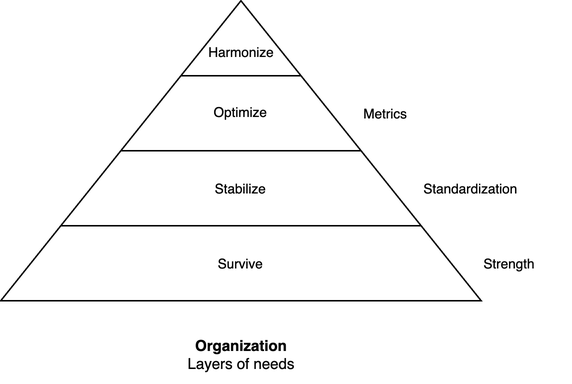
Earlier version of the draw.io export img/organiational-desire.png (voschezang/coding-handbook). Source tidied: cells renumbered, new cells last; positions are measured from the earlier drawing's top-left corner, leaving out a move shared by most shapes. Its diagram source:
```xml
<mxGraphModel>
  <root>
    <mxCell id="0" />
    <mxCell id="1" parent="0" />
    <mxCell id="2" value="&lt;span style=&quot;text-wrap: nowrap;&quot;&gt;&lt;font style=&quot;font-size: 9px;&quot;&gt;Stabilize&lt;/font&gt;&lt;/span&gt;" style="shape=trapezoid;perimeter=trapezoidPerimeter;whiteSpace=wrap;html=1;fixedSize=1;size=40;" parent="1" vertex="1">
      <mxGeometry x="40" y="100" width="240" height="50" as="geometry" />
    </mxCell>
    <mxCell id="3" value="&lt;div style=&quot;font-size: 9px;&quot;&gt;&lt;span style=&quot;text-wrap: nowrap;&quot;&gt;Optimize&lt;/span&gt;&lt;/div&gt;" style="shape=trapezoid;perimeter=trapezoidPerimeter;whiteSpace=wrap;html=1;fixedSize=1;size=40;" parent="1" vertex="1">
      <mxGeometry x="80" y="50" width="160" height="50" as="geometry" />
    </mxCell>
    <mxCell id="4" style="shape=trapezoid;perimeter=trapezoidPerimeter;whiteSpace=wrap;html=1;fixedSize=1;size=40;" parent="1" vertex="1">
      <mxGeometry x="120" width="80" height="50" as="geometry" />
    </mxCell>
    <mxCell id="5" value="&lt;font style=&quot;font-size: 9px;&quot;&gt;Harmonize&lt;/font&gt;" style="text;html=1;align=center;verticalAlign=middle;strokeColor=none;fillColor=none;" parent="1" vertex="1">
      <mxGeometry x="125" y="19" width="70" height="30" as="geometry" />
    </mxCell>
    <mxCell id="6" value="&lt;div style=&quot;font-size: 10px;&quot;&gt;&lt;b style=&quot;font-size: 10px;&quot;&gt;Organization&lt;/b&gt;&lt;/div&gt;Layers of needs" style="text;html=1;align=center;verticalAlign=middle;strokeColor=none;fillColor=none;fontSize=10;" parent="1" vertex="1">
      <mxGeometry x="115" y="215" width="90" height="40" as="geometry" />
    </mxCell>
    <mxCell id="7" value="&lt;span style=&quot;text-wrap: nowrap;&quot;&gt;&lt;font style=&quot;font-size: 9px;&quot;&gt;Survive&lt;/font&gt;&lt;/span&gt;" style="shape=trapezoid;perimeter=trapezoidPerimeter;whiteSpace=wrap;html=1;fixedSize=1;size=40;" parent="1" vertex="1">
      <mxGeometry y="150" width="320" height="50" as="geometry" />
    </mxCell>
    <mxCell id="8" value="&lt;font style=&quot;font-size: 9px;&quot;&gt;Metrics&lt;/font&gt;" style="text;html=1;align=left;verticalAlign=middle;strokeColor=none;fillColor=none;" parent="1" vertex="1">
      <mxGeometry x="240" y="60" width="50" height="30" as="geometry" />
    </mxCell>
    <mxCell id="9" value="&lt;font style=&quot;font-size: 9px;&quot;&gt;Standardization&lt;/font&gt;" style="text;html=1;align=left;verticalAlign=middle;strokeColor=none;fillColor=none;" parent="1" vertex="1">
      <mxGeometry x="280" y="110" width="90" height="30" as="geometry" />
    </mxCell>
    <mxCell id="10" value="&lt;font style=&quot;font-size: 9px;&quot;&gt;Strength&lt;/font&gt;" style="text;html=1;align=left;verticalAlign=middle;strokeColor=none;fillColor=none;" parent="1" vertex="1">
      <mxGeometry x="320" y="160" width="60" height="30" as="geometry" />
    </mxCell>
  </root>
</mxGraphModel>
```
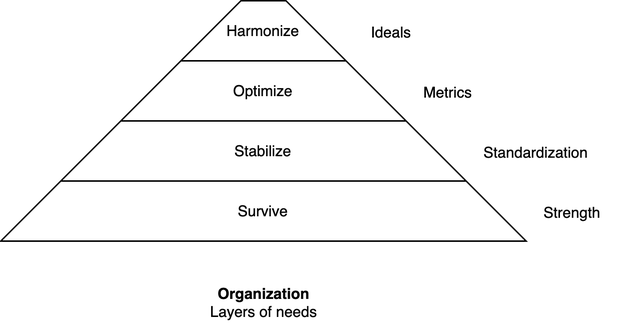
Above is the later version.

What changed in the source:
```diff
@@ -2,32 +2,32 @@
   <root>
     <mxCell id="0" />
     <mxCell id="1" parent="0" />
-    <mxCell id="2" value="&lt;span style=&quot;text-wrap: nowrap;&quot;&gt;&lt;font style=&quot;font-size: 9px;&quot;&gt;Stabilize&lt;/font&gt;&lt;/span&gt;" style="shape=trapezoid;perimeter=trapezoidPerimeter;whiteSpace=wrap;html=1;fixedSize=1;size=40;" parent="1" vertex="1">
-      <mxGeometry x="40" y="100" width="240" height="50" as="geometry" />
+    <mxCell id="2" value="&lt;span style=&quot;text-wrap: nowrap;&quot;&gt;&lt;font style=&quot;font-size: 10px;&quot;&gt;Stabilize&lt;/font&gt;&lt;/span&gt;" style="shape=trapezoid;perimeter=trapezoidPerimeter;whiteSpace=wrap;html=1;fixedSize=1;size=40;" parent="1" vertex="1">
+      <mxGeometry x="10" y="90" width="270" height="40" as="geometry" />
     </mxCell>
-    <mxCell id="3" value="&lt;div style=&quot;font-size: 9px;&quot;&gt;&lt;span style=&quot;text-wrap: nowrap;&quot;&gt;Optimize&lt;/span&gt;&lt;/div&gt;" style="shape=trapezoid;perimeter=trapezoidPerimeter;whiteSpace=wrap;html=1;fixedSize=1;size=40;" parent="1" vertex="1">
-      <mxGeometry x="80" y="50" width="160" height="50" as="geometry" />
+    <mxCell id="3" value="&lt;div style=&quot;&quot;&gt;&lt;span style=&quot;text-wrap: nowrap;&quot;&gt;&lt;font style=&quot;font-size: 10px;&quot;&gt;Optimize&lt;/font&gt;&lt;/span&gt;&lt;/div&gt;" style="shape=trapezoid;perimeter=trapezoidPerimeter;whiteSpace=wrap;html=1;fixedSize=1;size=40;" parent="1" vertex="1">
+      <mxGeometry x="50" y="50" width="190" height="40" as="geometry" />
     </mxCell>
-    <mxCell id="4" style="shape=trapezoid;perimeter=trapezoidPerimeter;whiteSpace=wrap;html=1;fixedSize=1;size=40;" parent="1" vertex="1">
-      <mxGeometry x="120" width="80" height="50" as="geometry" />
+    <mxCell id="4" value="&lt;font style=&quot;font-size: 10px;&quot;&gt;Harmonize&lt;/font&gt;" style="shape=trapezoid;perimeter=trapezoidPerimeter;whiteSpace=wrap;html=1;fixedSize=1;size=40;" parent="1" vertex="1">
+      <mxGeometry x="90" y="10" width="110" height="40" as="geometry" />
     </mxCell>
-    <mxCell id="5" value="&lt;font style=&quot;font-size: 9px;&quot;&gt;Harmonize&lt;/font&gt;" style="text;html=1;align=center;verticalAlign=middle;strokeColor=none;fillColor=none;" parent="1" vertex="1">
-      <mxGeometry x="125" y="19" width="70" height="30" as="geometry" />
+    <mxCell id="5" value="&lt;div style=&quot;font-size: 10px;&quot;&gt;&lt;b style=&quot;font-size: 10px;&quot;&gt;Organization&lt;/b&gt;&lt;/div&gt;Layers of needs" style="text;html=1;align=center;verticalAlign=middle;strokeColor=none;fillColor=none;fontSize=10;" parent="1" vertex="1">
+      <mxGeometry x="100" y="190" width="90" height="40" as="geometry" />
     </mxCell>
-    <mxCell id="6" value="&lt;div style=&quot;font-size: 10px;&quot;&gt;&lt;b style=&quot;font-size: 10px;&quot;&gt;Organization&lt;/b&gt;&lt;/div&gt;Layers of needs" style="text;html=1;align=center;verticalAlign=middle;strokeColor=none;fillColor=none;fontSize=10;" parent="1" vertex="1">
-      <mxGeometry x="115" y="215" width="90" height="40" as="geometry" />
+    <mxCell id="6" value="&lt;span style=&quot;text-wrap: nowrap;&quot;&gt;&lt;font style=&quot;font-size: 10px;&quot;&gt;Survive&lt;/font&gt;&lt;/span&gt;" style="shape=trapezoid;perimeter=trapezoidPerimeter;whiteSpace=wrap;html=1;fixedSize=1;size=40;" parent="1" vertex="1">
+      <mxGeometry x="-30" y="130" width="350" height="40" as="geometry" />
     </mxCell>
-    <mxCell id="7" value="&lt;span style=&quot;text-wrap: nowrap;&quot;&gt;&lt;font style=&quot;font-size: 9px;&quot;&gt;Survive&lt;/font&gt;&lt;/span&gt;" style="shape=trapezoid;perimeter=trapezoidPerimeter;whiteSpace=wrap;html=1;fixedSize=1;size=40;" parent="1" vertex="1">
-      <mxGeometry y="150" width="320" height="50" as="geometry" />
+    <mxCell id="7" value="&lt;font style=&quot;font-size: 10px;&quot;&gt;Metrics&lt;/font&gt;" style="text;html=1;align=left;verticalAlign=middle;strokeColor=none;fillColor=none;fontSize=10;" parent="1" vertex="1">
+      <mxGeometry x="250" y="55" width="60" height="30" as="geometry" />
     </mxCell>
-    <mxCell id="8" value="&lt;font style=&quot;font-size: 9px;&quot;&gt;Metrics&lt;/font&gt;" style="text;html=1;align=left;verticalAlign=middle;strokeColor=none;fillColor=none;" parent="1" vertex="1">
-      <mxGeometry x="240" y="60" width="50" height="30" as="geometry" />
+    <mxCell id="8" value="&lt;font style=&quot;font-size: 10px;&quot;&gt;Standardization&lt;/font&gt;" style="text;html=1;align=left;verticalAlign=middle;strokeColor=none;fillColor=none;fontSize=10;" parent="1" vertex="1">
+      <mxGeometry x="290" y="95" width="90" height="30" as="geometry" />
     </mxCell>
-    <mxCell id="9" value="&lt;font style=&quot;font-size: 9px;&quot;&gt;Standardization&lt;/font&gt;" style="text;html=1;align=left;verticalAlign=middle;strokeColor=none;fillColor=none;" parent="1" vertex="1">
-      <mxGeometry x="280" y="110" width="90" height="30" as="geometry" />
+    <mxCell id="9" value="&lt;font style=&quot;font-size: 10px;&quot;&gt;Strength&lt;/font&gt;" style="text;html=1;align=left;verticalAlign=middle;strokeColor=none;fillColor=none;fontSize=10;" parent="1" vertex="1">
+      <mxGeometry x="330" y="135" width="60" height="30" as="geometry" />
     </mxCell>
-    <mxCell id="10" value="&lt;font style=&quot;font-size: 9px;&quot;&gt;Strength&lt;/font&gt;" style="text;html=1;align=left;verticalAlign=middle;strokeColor=none;fillColor=none;" parent="1" vertex="1">
-      <mxGeometry x="320" y="160" width="60" height="30" as="geometry" />
+    <mxCell id="10" value="&lt;font style=&quot;font-size: 10px;&quot;&gt;Ideals&lt;/font&gt;" style="text;html=1;align=left;verticalAlign=middle;strokeColor=none;fillColor=none;fontSize=10;" parent="1" vertex="1">
+      <mxGeometry x="215" y="15" width="50" height="30" as="geometry" />
     </mxCell>
   </root>
 </mxGraphModel>
```
